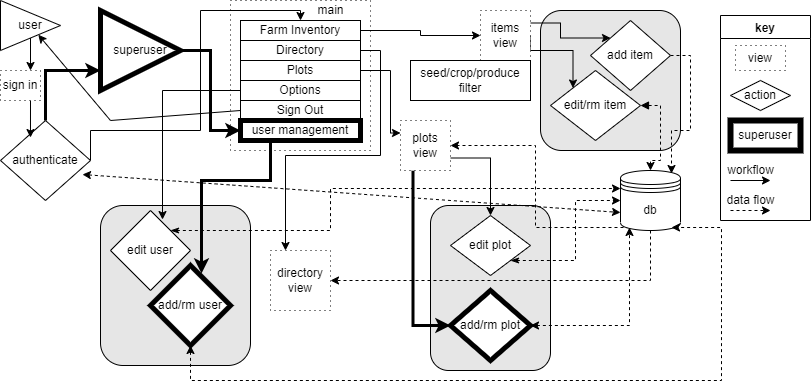
Above: notes/CapstoneWorkflowDiagram.drawio.png in coryjquirk/TomatoFarm (draw.io), before the change. Source tidied: cells renumbered, new cells last; positions are measured from the earlier drawing's top-left corner, leaving out a move shared by most shapes. Its diagram source:
```xml
<mxGraphModel>
  <root>
    <mxCell id="0" />
    <mxCell id="1" parent="0" />
    <mxCell id="2" style="rounded=0;whiteSpace=wrap;html=1;strokeColor=#000000;strokeWidth=1;fillColor=#FFFFFF;dashed=1;dashPattern=1 4;" parent="1" vertex="1">
      <mxGeometry x="230" width="140" height="150" as="geometry" />
    </mxCell>
    <mxCell id="3" style="rounded=1;whiteSpace=wrap;html=1;strokeColor=#000000;strokeWidth=0;fillColor=#E6E6E6;" parent="1" vertex="1">
      <mxGeometry x="100" y="205" width="150" height="160" as="geometry" />
    </mxCell>
    <mxCell id="4" style="rounded=1;whiteSpace=wrap;html=1;strokeColor=#000000;strokeWidth=0;fillColor=#E6E6E6;" parent="1" vertex="1">
      <mxGeometry x="540" y="10" width="140" height="140" as="geometry" />
    </mxCell>
    <mxCell id="5" style="rounded=1;whiteSpace=wrap;html=1;strokeColor=#000000;strokeWidth=0;fillColor=#E6E6E6;" parent="1" vertex="1">
      <mxGeometry x="430" y="205" width="120" height="165" as="geometry" />
    </mxCell>
    <mxCell id="6" style="edgeStyle=orthogonalEdgeStyle;rounded=0;jettySize=auto;html=1;exitX=0.5;exitY=1;exitDx=0;exitDy=0;entryX=1;entryY=0.5;entryDx=0;entryDy=0;dashed=1;" parent="1" edge="1" source="8" target="37">
      <mxGeometry relative="1" as="geometry" />
    </mxCell>
    <mxCell id="7" style="edgeStyle=orthogonalEdgeStyle;rounded=0;jettySize=auto;html=1;exitX=0.15;exitY=0.95;exitDx=0;exitDy=0;exitPerimeter=0;entryX=1;entryY=0.5;entryDx=0;entryDy=0;dashed=1;" parent="1" edge="1" source="8" target="40">
      <mxGeometry relative="1" as="geometry" />
    </mxCell>
    <mxCell id="8" value="db" style="shape=datastore;whiteSpace=wrap;html=1;" parent="1" vertex="1">
      <mxGeometry x="620" y="170" width="60" height="60" as="geometry" />
    </mxCell>
    <mxCell id="9" style="edgeStyle=orthogonalEdgeStyle;rounded=0;jettySize=auto;html=1;entryX=0;entryY=0.5;entryDx=0;entryDy=0;" parent="1" edge="1" source="10" target="29">
      <mxGeometry relative="1" as="geometry" />
    </mxCell>
    <mxCell id="10" value="Farm Inventory" style="rounded=0;whiteSpace=wrap;html=1;" parent="1" vertex="1">
      <mxGeometry x="240" y="20" width="120" height="20" as="geometry" />
    </mxCell>
    <mxCell id="11" style="edgeStyle=orthogonalEdgeStyle;rounded=0;jettySize=auto;html=1;exitX=1;exitY=0.5;exitDx=0;exitDy=0;entryX=0.25;entryY=0;entryDx=0;entryDy=0;" parent="1" edge="1" source="12" target="37">
      <mxGeometry relative="1" as="geometry">
        <Array as="points">
          <mxPoint x="380" y="50" />
          <mxPoint x="380" y="155" />
          <mxPoint x="285" y="155" />
        </Array>
      </mxGeometry>
    </mxCell>
    <mxCell id="12" value="Directory" style="rounded=0;whiteSpace=wrap;html=1;" parent="1" vertex="1">
      <mxGeometry x="240" y="40" width="120" height="20" as="geometry" />
    </mxCell>
    <mxCell id="13" style="edgeStyle=orthogonalEdgeStyle;rounded=0;jettySize=auto;html=1;exitX=1;exitY=0.5;exitDx=0;exitDy=0;entryX=0;entryY=0.25;entryDx=0;entryDy=0;startArrow=none;startFill=0;strokeColor=default;strokeWidth=1;" parent="1" edge="1" source="14" target="40">
      <mxGeometry relative="1" as="geometry">
        <Array as="points">
          <mxPoint x="390" y="70" />
          <mxPoint x="390" y="133" />
        </Array>
      </mxGeometry>
    </mxCell>
    <mxCell id="14" value="Plots" style="rounded=0;whiteSpace=wrap;html=1;" parent="1" vertex="1">
      <mxGeometry x="240" y="60" width="120" height="20" as="geometry" />
    </mxCell>
    <mxCell id="15" style="edgeStyle=orthogonalEdgeStyle;rounded=0;jettySize=auto;html=1;exitX=0;exitY=0.5;exitDx=0;exitDy=0;entryX=0.65;entryY=0.113;entryDx=0;entryDy=0;entryPerimeter=0;" parent="1" edge="1" source="16" target="42">
      <mxGeometry relative="1" as="geometry" />
    </mxCell>
    <mxCell id="16" value="Options" style="rounded=0;whiteSpace=wrap;html=1;" parent="1" vertex="1">
      <mxGeometry x="240" y="80" width="120" height="20" as="geometry" />
    </mxCell>
    <mxCell id="17" value="Sign Out" style="rounded=0;whiteSpace=wrap;html=1;" parent="1" vertex="1">
      <mxGeometry x="240" y="100" width="120" height="20" as="geometry" />
    </mxCell>
    <mxCell id="18" style="endArrow=classic;html=1;rounded=0;fillColor=#f8cecc;strokeColor=#000000;exitX=0;exitY=0.5;exitDx=0;exitDy=0;" parent="1" edge="1" source="17" target="25">
      <mxGeometry relative="1" as="geometry">
        <Array as="points">
          <mxPoint x="110" y="120" />
        </Array>
      </mxGeometry>
    </mxCell>
    <mxCell id="19" style="edgeStyle=orthogonalEdgeStyle;rounded=0;jettySize=auto;html=1;exitX=1;exitY=0.5;exitDx=0;exitDy=0;entryX=0.85;entryY=0.05;entryDx=0;entryDy=0;entryPerimeter=0;dashed=1;" parent="1" edge="1" source="20" target="8">
      <mxGeometry relative="1" as="geometry" />
    </mxCell>
    <mxCell id="20" value="add item" style="rhombus;whiteSpace=wrap;html=1;" parent="1" vertex="1">
      <mxGeometry x="590" y="20" width="80" height="70" as="geometry" />
    </mxCell>
    <mxCell id="21" style="edgeStyle=orthogonalEdgeStyle;rounded=0;jettySize=auto;html=1;exitX=1;exitY=0.5;exitDx=0;exitDy=0;dashed=1;strokeColor=none;startArrow=block;startFill=1;" parent="1" edge="1" source="23" target="8">
      <mxGeometry relative="1" as="geometry" />
    </mxCell>
    <mxCell id="22" style="edgeStyle=orthogonalEdgeStyle;rounded=0;jettySize=auto;html=1;exitX=1;exitY=0.5;exitDx=0;exitDy=0;dashed=1;startArrow=block;startFill=1;strokeColor=default;" parent="1" edge="1" source="23">
      <mxGeometry relative="1" as="geometry">
        <mxPoint x="650" y="170" as="targetPoint" />
      </mxGeometry>
    </mxCell>
    <mxCell id="23" value="edit/rm item" style="rhombus;whiteSpace=wrap;html=1;" parent="1" vertex="1">
      <mxGeometry x="550" y="70" width="90" height="70" as="geometry" />
    </mxCell>
    <mxCell id="24" style="edgeStyle=orthogonalEdgeStyle;rounded=0;jettySize=auto;html=1;exitX=0.5;exitY=1;exitDx=0;exitDy=0;entryX=0.75;entryY=0;entryDx=0;entryDy=0;startArrow=none;startFill=0;strokeColor=default;strokeWidth=1;" parent="1" edge="1" source="25" target="61">
      <mxGeometry relative="1" as="geometry" />
    </mxCell>
    <mxCell id="25" value="user" style="triangle;whiteSpace=wrap;html=1;" parent="1" vertex="1">
      <mxGeometry width="60" height="50" as="geometry" />
    </mxCell>
    <mxCell id="26" style="endArrow=classic;startArrow=classic;html=1;rounded=0;entryX=0;entryY=0.7;entryDx=0;entryDy=0;exitX=0.911;exitY=0.675;exitDx=0;exitDy=0;dashed=1;exitPerimeter=0;" parent="1" edge="1" source="49" target="8">
      <mxGeometry relative="1" as="geometry" />
    </mxCell>
    <mxCell id="27" style="edgeStyle=orthogonalEdgeStyle;rounded=0;jettySize=auto;html=1;exitX=1;exitY=0.25;exitDx=0;exitDy=0;entryX=0;entryY=0;entryDx=0;entryDy=0;startArrow=none;startFill=0;strokeColor=default;" parent="1" edge="1" source="29" target="20">
      <mxGeometry relative="1" as="geometry" />
    </mxCell>
    <mxCell id="28" style="edgeStyle=orthogonalEdgeStyle;rounded=0;jettySize=auto;html=1;exitX=1;exitY=0.5;exitDx=0;exitDy=0;entryX=0;entryY=0;entryDx=0;entryDy=0;startArrow=none;startFill=0;strokeColor=default;" parent="1" edge="1" source="29" target="23">
      <mxGeometry relative="1" as="geometry">
        <Array as="points">
          <mxPoint x="530" y="50" />
          <mxPoint x="573" y="50" />
        </Array>
      </mxGeometry>
    </mxCell>
    <mxCell id="29" value="items view" style="whiteSpace=wrap;html=1;dashed=1;dashPattern=1 4;" parent="1" vertex="1">
      <mxGeometry x="480" y="10" width="50" height="50" as="geometry" />
    </mxCell>
    <mxCell id="30" value="seed/crop/produce filter" style="whiteSpace=wrap;html=1;" parent="1" vertex="1">
      <mxGeometry x="410" y="60" width="120" height="40" as="geometry" />
    </mxCell>
    <mxCell id="31" style="edgeStyle=orthogonalEdgeStyle;rounded=0;jettySize=auto;html=1;exitX=1;exitY=0.5;exitDx=0;exitDy=0;entryX=0;entryY=0.5;entryDx=0;entryDy=0;strokeWidth=3;" parent="1" edge="1" source="32" target="34">
      <mxGeometry relative="1" as="geometry" />
    </mxCell>
    <mxCell id="32" value="superuser" style="triangle;whiteSpace=wrap;html=1;strokeWidth=5;" parent="1" vertex="1">
      <mxGeometry x="100" y="10" width="80" height="80" as="geometry" />
    </mxCell>
    <mxCell id="33" style="edgeStyle=orthogonalEdgeStyle;rounded=0;jettySize=auto;html=1;exitX=0.25;exitY=1;exitDx=0;exitDy=0;entryX=0.638;entryY=0.1;entryDx=0;entryDy=0;entryPerimeter=0;strokeWidth=3;" parent="1" edge="1" source="34" target="36">
      <mxGeometry relative="1" as="geometry">
        <Array as="points">
          <mxPoint x="270" y="180" />
          <mxPoint x="201" y="180" />
        </Array>
      </mxGeometry>
    </mxCell>
    <mxCell id="34" value="user management" style="whiteSpace=wrap;html=1;strokeColor=#000000;strokeWidth=5;" parent="1" vertex="1">
      <mxGeometry x="240" y="120" width="120" height="20" as="geometry" />
    </mxCell>
    <mxCell id="35" style="edgeStyle=orthogonalEdgeStyle;rounded=0;jettySize=auto;html=1;exitX=0.5;exitY=1;exitDx=0;exitDy=0;entryX=0.85;entryY=0.95;entryDx=0;entryDy=0;entryPerimeter=0;startArrow=classic;startFill=1;strokeColor=default;strokeWidth=1;dashed=1;" parent="1" edge="1" source="36" target="8">
      <mxGeometry relative="1" as="geometry">
        <Array as="points">
          <mxPoint x="190" y="380" />
          <mxPoint x="721" y="380" />
        </Array>
      </mxGeometry>
    </mxCell>
    <mxCell id="36" value="add/rm user" style="rhombus;whiteSpace=wrap;html=1;strokeWidth=5;" parent="1" vertex="1">
      <mxGeometry x="150" y="265" width="80" height="80" as="geometry" />
    </mxCell>
    <mxCell id="37" value="directory view" style="whiteSpace=wrap;html=1;strokeColor=#000000;strokeWidth=1;dashed=1;dashPattern=1 4;" parent="1" vertex="1">
      <mxGeometry x="270" y="250" width="60" height="60" as="geometry" />
    </mxCell>
    <mxCell id="38" style="edgeStyle=orthogonalEdgeStyle;rounded=0;jettySize=auto;html=1;exitX=0.25;exitY=1;exitDx=0;exitDy=0;entryX=0;entryY=0.5;entryDx=0;entryDy=0;startArrow=none;startFill=0;strokeColor=default;strokeWidth=3;" parent="1" edge="1" source="40" target="46">
      <mxGeometry relative="1" as="geometry" />
    </mxCell>
    <mxCell id="39" style="edgeStyle=orthogonalEdgeStyle;rounded=0;jettySize=auto;html=1;exitX=1;exitY=0.75;exitDx=0;exitDy=0;entryX=0.5;entryY=0;entryDx=0;entryDy=0;startArrow=none;startFill=0;strokeColor=default;strokeWidth=1;" parent="1" edge="1" source="40" target="44">
      <mxGeometry relative="1" as="geometry" />
    </mxCell>
    <mxCell id="40" value="plots view" style="whiteSpace=wrap;html=1;strokeColor=#000000;strokeWidth=1;dashed=1;dashPattern=1 4;" parent="1" vertex="1">
      <mxGeometry x="400" y="120" width="50" height="50" as="geometry" />
    </mxCell>
    <mxCell id="41" style="edgeStyle=orthogonalEdgeStyle;rounded=0;jettySize=auto;html=1;exitX=1;exitY=0;exitDx=0;exitDy=0;entryX=0;entryY=0.3;entryDx=0;entryDy=0;dashed=1;startArrow=classicThin;startFill=1;strokeColor=default;strokeWidth=1;" parent="1" edge="1" source="42" target="8">
      <mxGeometry relative="1" as="geometry">
        <Array as="points">
          <mxPoint x="330" y="230" />
          <mxPoint x="330" y="188" />
        </Array>
      </mxGeometry>
    </mxCell>
    <mxCell id="42" value="edit user" style="rhombus;whiteSpace=wrap;html=1;strokeColor=#000000;strokeWidth=1;" parent="1" vertex="1">
      <mxGeometry x="110" y="210" width="80" height="80" as="geometry" />
    </mxCell>
    <mxCell id="43" style="edgeStyle=orthogonalEdgeStyle;rounded=0;jettySize=auto;html=1;exitX=1;exitY=1;exitDx=0;exitDy=0;entryX=0;entryY=0.5;entryDx=0;entryDy=0;startArrow=classicThin;startFill=1;strokeColor=default;dashed=1;" parent="1" edge="1" source="44" target="8">
      <mxGeometry relative="1" as="geometry" />
    </mxCell>
    <mxCell id="44" value="edit plot" style="rhombus;whiteSpace=wrap;html=1;strokeColor=#000000;strokeWidth=1;" parent="1" vertex="1">
      <mxGeometry x="450" y="215" width="80" height="60" as="geometry" />
    </mxCell>
    <mxCell id="45" style="edgeStyle=orthogonalEdgeStyle;rounded=0;jettySize=auto;html=1;exitX=1;exitY=0.5;exitDx=0;exitDy=0;entryX=0.15;entryY=0.95;entryDx=0;entryDy=0;entryPerimeter=0;startArrow=classic;startFill=1;strokeColor=default;strokeWidth=1;dashed=1;" parent="1" edge="1" source="46" target="8">
      <mxGeometry relative="1" as="geometry" />
    </mxCell>
    <mxCell id="46" value="add/rm plot" style="rhombus;whiteSpace=wrap;html=1;strokeWidth=5;" parent="1" vertex="1">
      <mxGeometry x="450" y="290" width="80" height="70" as="geometry" />
    </mxCell>
    <mxCell id="47" style="edgeStyle=orthogonalEdgeStyle;rounded=0;jettySize=auto;html=1;exitX=0.5;exitY=0;exitDx=0;exitDy=0;entryX=0;entryY=0.75;entryDx=0;entryDy=0;startArrow=none;startFill=0;strokeColor=default;strokeWidth=3;" parent="1" edge="1" source="49" target="32">
      <mxGeometry relative="1" as="geometry" />
    </mxCell>
    <mxCell id="48" style="edgeStyle=orthogonalEdgeStyle;rounded=0;jettySize=auto;html=1;exitX=1;exitY=0.5;exitDx=0;exitDy=0;entryX=0.5;entryY=0;entryDx=0;entryDy=0;startArrow=none;startFill=0;strokeColor=default;strokeWidth=1;" parent="1" edge="1" source="49" target="10">
      <mxGeometry relative="1" as="geometry">
        <Array as="points">
          <mxPoint x="200" y="130" />
          <mxPoint x="200" y="10" />
          <mxPoint x="300" y="10" />
        </Array>
      </mxGeometry>
    </mxCell>
    <mxCell id="49" value="authenticate" style="rhombus;whiteSpace=wrap;html=1;strokeColor=#000000;strokeWidth=1;fillColor=#FFFFFF;" parent="1" vertex="1">
      <mxGeometry y="120" width="90" height="80" as="geometry" />
    </mxCell>
    <mxCell id="50" value="key" style="swimlane;strokeColor=#000000;strokeWidth=1;fillColor=#FFFFFF;" parent="1" vertex="1">
      <mxGeometry x="720" y="15" width="90" height="205" as="geometry" />
    </mxCell>
    <mxCell id="51" value="action" style="rhombus;whiteSpace=wrap;html=1;strokeColor=#000000;strokeWidth=1;fillColor=#FFFFFF;" parent="50" vertex="1">
      <mxGeometry x="10" y="65" width="60" height="30" as="geometry" />
    </mxCell>
    <mxCell id="52" value="view" style="rounded=0;whiteSpace=wrap;html=1;strokeColor=#000000;strokeWidth=1;fillColor=#FFFFFF;dashed=1;dashPattern=1 4;" parent="50" vertex="1">
      <mxGeometry x="15" y="30" width="50" height="25" as="geometry" />
    </mxCell>
    <mxCell id="53" value="superuser" style="rounded=0;whiteSpace=wrap;html=1;strokeColor=#000000;strokeWidth=6;fillColor=#FFFFFF;" parent="50" vertex="1">
      <mxGeometry x="10" y="105" width="70" height="30" as="geometry" />
    </mxCell>
    <mxCell id="54" style="endArrow=classic;html=1;rounded=0;strokeColor=default;strokeWidth=1;" parent="50" edge="1">
      <mxGeometry relative="1" as="geometry">
        <mxPoint x="10" y="165" as="sourcePoint" />
        <mxPoint x="50" y="165" as="targetPoint" />
      </mxGeometry>
    </mxCell>
    <mxCell id="55" value="workflow" style="text;html=1;align=center;verticalAlign=middle;strokeColor=none;fillColor=none;" parent="50" vertex="1">
      <mxGeometry y="145" width="60" height="20" as="geometry" />
    </mxCell>
    <mxCell id="56" style="endArrow=none;dashed=1;html=1;rounded=0;strokeColor=none;strokeWidth=1;startArrow=none;startFill=0;" parent="50" edge="1">
      <mxGeometry relative="1" as="geometry">
        <mxPoint x="10" y="195" as="sourcePoint" />
        <mxPoint x="50" y="195" as="targetPoint" />
      </mxGeometry>
    </mxCell>
    <mxCell id="57" style="endArrow=classic;html=1;rounded=0;strokeColor=default;strokeWidth=1;dashed=1;" parent="50" edge="1">
      <mxGeometry relative="1" as="geometry">
        <mxPoint x="10" y="195" as="sourcePoint" />
        <mxPoint x="50" y="195" as="targetPoint" />
      </mxGeometry>
    </mxCell>
    <mxCell id="58" value="data flow" style="text;html=1;align=center;verticalAlign=middle;strokeColor=none;fillColor=none;" parent="50" vertex="1">
      <mxGeometry y="175" width="60" height="20" as="geometry" />
    </mxCell>
    <mxCell id="59" value="main" style="text;html=1;align=center;verticalAlign=middle;strokeColor=none;fillColor=none;" parent="1" vertex="1">
      <mxGeometry x="310" width="40" height="20" as="geometry" />
    </mxCell>
    <mxCell id="60" style="edgeStyle=orthogonalEdgeStyle;rounded=0;jettySize=auto;html=1;exitX=0.75;exitY=1;exitDx=0;exitDy=0;entryX=0.333;entryY=0.213;entryDx=0;entryDy=0;entryPerimeter=0;startArrow=none;startFill=0;strokeColor=default;strokeWidth=1;" parent="1" edge="1" source="61" target="49">
      <mxGeometry relative="1" as="geometry" />
    </mxCell>
    <mxCell id="61" value="sign in" style="rounded=0;whiteSpace=wrap;html=1;dashed=1;dashPattern=1 4;strokeColor=#000000;strokeWidth=1;fillColor=#FFFFFF;" parent="1" vertex="1">
      <mxGeometry y="70" width="40" height="30" as="geometry" />
    </mxCell>
  </root>
</mxGraphModel>
```
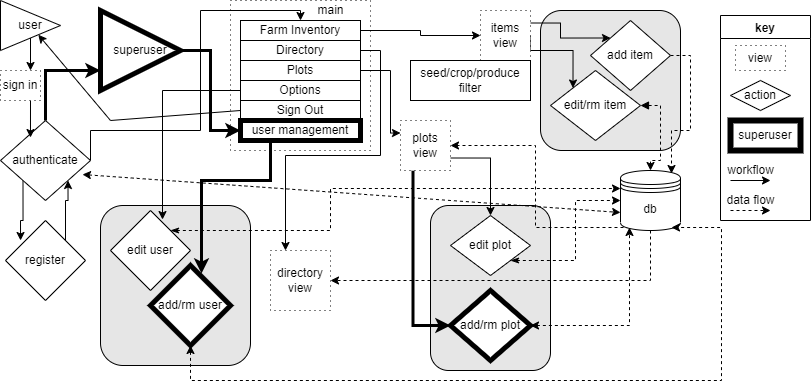
The same file after the commit.

Commit message:
modified workflow and srs to include registration

Change to the diagram source:
```diff
@@ -186,6 +186,14 @@
         </Array>
       </mxGeometry>
     </mxCell>
+    <mxCell id="62" style="edgeStyle=orthogonalEdgeStyle;rounded=0;jettySize=auto;html=1;exitX=0;exitY=1;exitDx=0;exitDy=0;entryX=0.188;entryY=0.25;entryDx=0;entryDy=0;entryPerimeter=0;" parent="1" edge="1" source="49" target="64">
+      <mxGeometry relative="1" as="geometry">
+        <Array as="points">
+          <mxPoint x="22" y="220" />
+          <mxPoint x="20" y="220" />
+        </Array>
+      </mxGeometry>
+    </mxCell>
     <mxCell id="49" value="authenticate" style="rhombus;whiteSpace=wrap;html=1;strokeColor=#000000;strokeWidth=1;fillColor=#FFFFFF;" parent="1" vertex="1">
       <mxGeometry y="120" width="90" height="80" as="geometry" />
     </mxCell>
@@ -234,5 +242,11 @@
     <mxCell id="61" value="sign in" style="rounded=0;whiteSpace=wrap;html=1;dashed=1;dashPattern=1 4;strokeColor=#000000;strokeWidth=1;fillColor=#FFFFFF;" parent="1" vertex="1">
       <mxGeometry y="70" width="40" height="30" as="geometry" />
     </mxCell>
+    <mxCell id="63" style="edgeStyle=orthogonalEdgeStyle;rounded=0;jettySize=auto;html=1;exitX=1;exitY=0;exitDx=0;exitDy=0;entryX=1;entryY=1;entryDx=0;entryDy=0;" parent="1" edge="1" source="64" target="49">
+      <mxGeometry relative="1" as="geometry" />
+    </mxCell>
+    <mxCell id="64" value="register" style="rhombus;whiteSpace=wrap;html=1;" parent="1" vertex="1">
+      <mxGeometry x="5" y="220" width="80" height="80" as="geometry" />
+    </mxCell>
   </root>
 </mxGraphModel>
```
